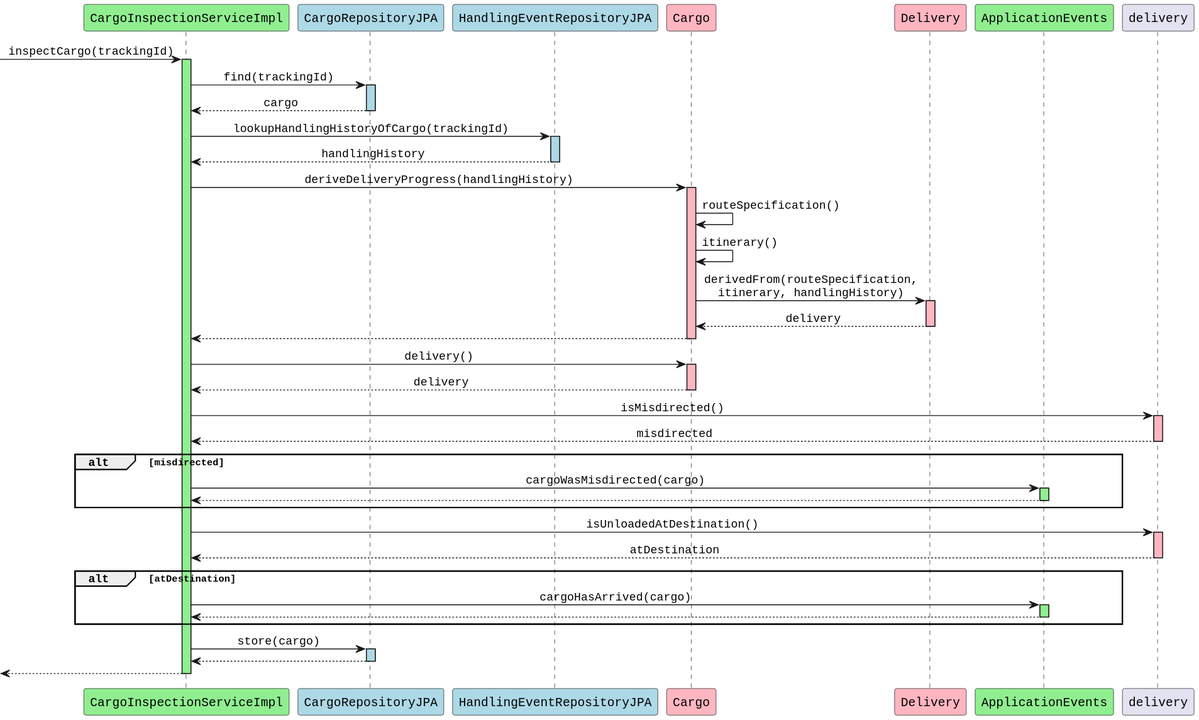
Earlier version of the PlantUML export diagrams/CargoInspectionServiceImpl_inspectCargo.svg (aowss/dddsample-core). The source it was exported from:
```plantuml
@startuml
skinparam monochrome false
skinparam defaultFontName Courier
skinparam sequenceMessageAlign center

participant "CargoInspectionServiceImpl" as cis #lightgreen
participant "CargoRepositoryJPA" as cr #lightblue
participant "HandlingEventRepositoryJPA" as her #lightblue
participant "Cargo" as c #lightpink
participant "Delivery" as d #lightpink
participant "ApplicationEvents" as ae #lightgreen

[-> cis: inspectCargo(trackingId)
activate cis #lightgreen

cis -> cr: find(trackingId)
activate cr #lightblue
cr --> cis: cargo
deactivate cr

cis -> her: lookupHandlingHistoryOfCargo(trackingId)
activate her #lightblue
her --> cis: handlingHistory
deactivate her

cis -> c: deriveDeliveryProgress(handlingHistory)
activate c #lightpink

c -> c: routeSpecification()
c -> c: itinerary()

c -> d: derivedFrom(routeSpecification,\nitinerary, handlingHistory)
activate d #lightpink
d --> c: delivery
deactivate d

c --> cis
deactivate c

cis -> c: delivery()
activate c #lightpink
c --> cis: delivery
deactivate c

cis -> delivery: isMisdirected()
activate delivery #lightpink
delivery --> cis: misdirected
deactivate delivery

alt misdirected
    cis -> ae: cargoWasMisdirected(cargo)
    activate ae #lightgreen
    ae --> cis
    deactivate ae
end

cis -> delivery: isUnloadedAtDestination()
activate delivery #lightpink
delivery --> cis: atDestination
deactivate delivery

alt atDestination
    cis -> ae: cargoHasArrived(cargo)
    activate ae #lightgreen
    ae --> cis
    deactivate ae
end

cis -> cr: store(cargo)
activate cr #lightblue
cr --> cis
deactivate cr

[<-- cis
deactivate cis
@enduml
```
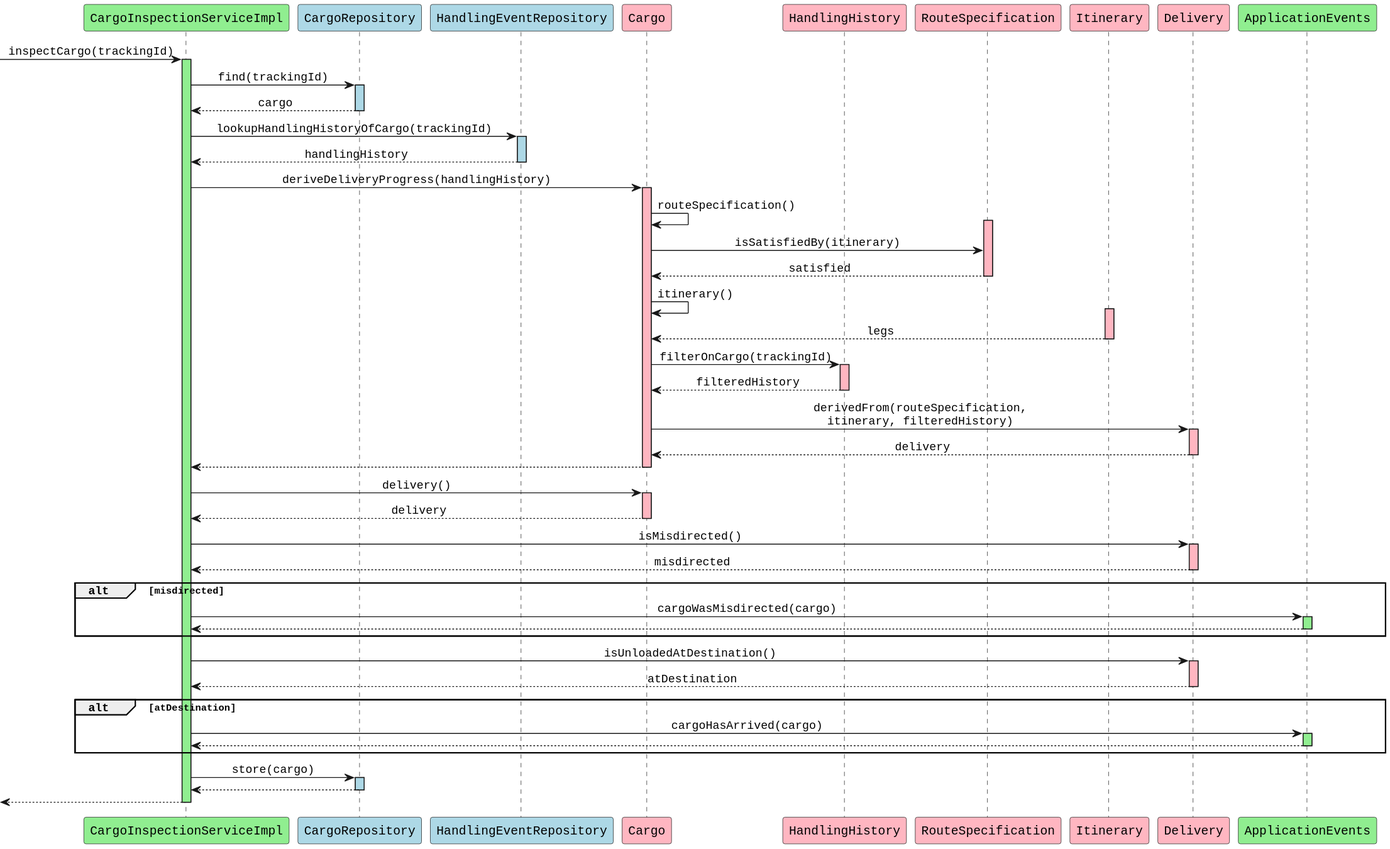
Above is the later version.

The edit, as a diff of the source:
```diff
@@ -4,9 +4,12 @@
 skinparam sequenceMessageAlign center
 
 participant "CargoInspectionServiceImpl" as cis #lightgreen
-participant "CargoRepositoryJPA" as cr #lightblue
-participant "HandlingEventRepositoryJPA" as her #lightblue
+participant "CargoRepository" as cr #lightblue
+participant "HandlingEventRepository" as her #lightblue
 participant "Cargo" as c #lightpink
+participant "HandlingHistory" as hh #lightpink
+participant "RouteSpecification" as rs #lightpink
+participant "Itinerary" as i #lightpink
 participant "Delivery" as d #lightpink
 participant "ApplicationEvents" as ae #lightgreen
 
@@ -27,9 +30,22 @@
 activate c #lightpink
 
 c -> c: routeSpecification()
+activate rs #lightpink
+c -> rs: isSatisfiedBy(itinerary)
+rs --> c: satisfied
+deactivate rs
+
 c -> c: itinerary()
+activate i #lightpink
+i --> c: legs
+deactivate i
 
-c -> d: derivedFrom(routeSpecification,\nitinerary, handlingHistory)
+c -> hh: filterOnCargo(trackingId)
+activate hh #lightpink
+hh --> c: filteredHistory
+deactivate hh
+
+c -> d: derivedFrom(routeSpecification,\nitinerary, filteredHistory)
 activate d #lightpink
 d --> c: delivery
 deactivate d
@@ -42,10 +58,10 @@
 c --> cis: delivery
 deactivate c
 
-cis -> delivery: isMisdirected()
-activate delivery #lightpink
-delivery --> cis: misdirected
-deactivate delivery
+cis -> d: isMisdirected()
+activate d #lightpink
+d --> cis: misdirected
+deactivate d
 
 alt misdirected
     cis -> ae: cargoWasMisdirected(cargo)
@@ -54,10 +70,10 @@
     deactivate ae
 end
 
-cis -> delivery: isUnloadedAtDestination()
-activate delivery #lightpink
-delivery --> cis: atDestination
-deactivate delivery
+cis -> d: isUnloadedAtDestination()
+activate d #lightpink
+d --> cis: atDestination
+deactivate d
 
 alt atDestination
     cis -> ae: cargoHasArrived(cargo)
```
